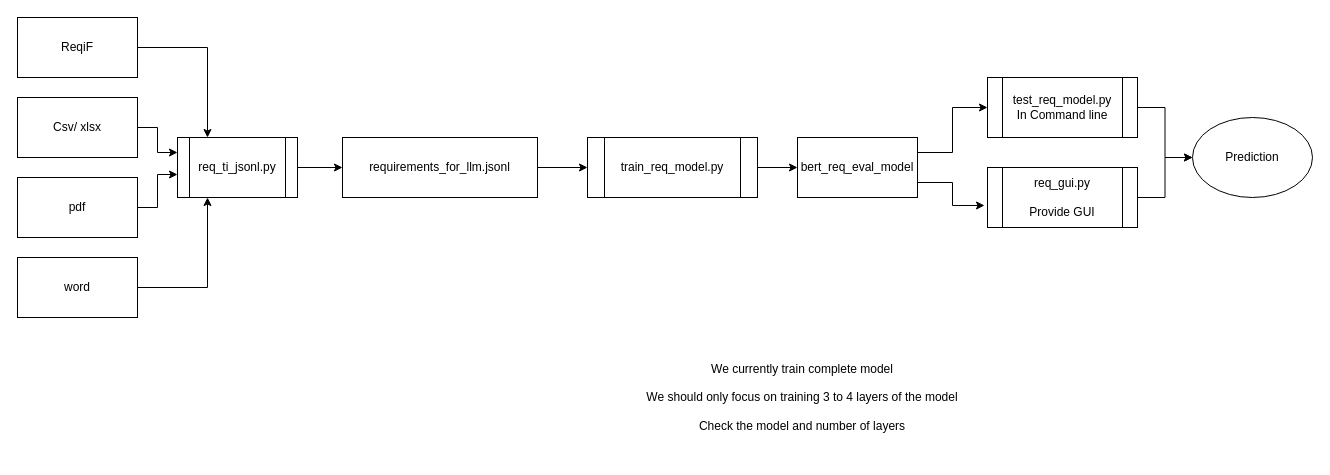
This is Concept_Flow.drawio from Devloper3005/30_AI_requirements, a draw.io file, before an edit. Source tidied: cells renumbered, new cells numbered last; positions are measured from the earlier drawing's top-left corner, leaving out a move shared by most shapes. Both pictures are drawn from the tidied source at 100%, with x=0, y=0 at pixel (17, 17).
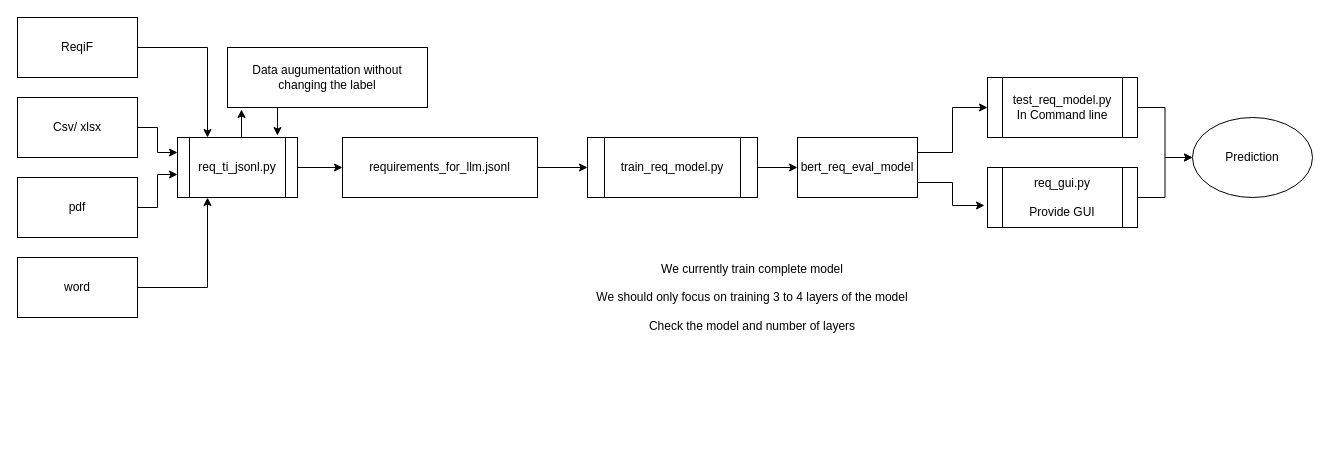
The same page after the edit.

Commit message:
Concept overview of the tool

Unchanged cells that the change refers to:
```xml
<mxCell id="10" value="req_ti_jsonl.py" style="shape=process;whiteSpace=wrap;html=1;backgroundOutline=1;" parent="1" vertex="1">
  <mxGeometry x="160" y="120" width="120" height="60" as="geometry" />
</mxCell>
```

Diff of the diagram source:
```diff
@@
     <mxCell id="24" value="We currently train complete model&lt;div&gt;&lt;br&gt;&lt;/div&gt;&lt;div&gt;We should only focus on training 3 to 4 layers of the model&lt;/div&gt;&lt;div&gt;&lt;br&gt;&lt;/div&gt;&lt;div&gt;Check the model and number of layers&lt;/div&gt;" style="text;html=1;align=center;verticalAlign=middle;whiteSpace=wrap;rounded=0;" parent="1" vertex="1">
-      <mxGeometry x="620" y="320" width="330" height="120" as="geometry" />
+      <mxGeometry x="570" y="220" width="330" height="120" as="geometry" />
     </mxCell>
+    <mxCell id="25" value="Data augumentation without changing the label" style="rounded=0;whiteSpace=wrap;html=1;" parent="1" vertex="1">
+      <mxGeometry x="210" y="30" width="200" height="60" as="geometry" />
+    </mxCell>
+    <mxCell id="26" style="edgeStyle=orthogonalEdgeStyle;rounded=0;jettySize=auto;html=1;exitX=0.5;exitY=0;exitDx=0;exitDy=0;entryX=0.07;entryY=1.033;entryDx=0;entryDy=0;entryPerimeter=0;" parent="1" edge="1" source="10" target="25">
+      <mxGeometry relative="1" as="geometry" />
+    </mxCell>
+    <mxCell id="27" style="edgeStyle=orthogonalEdgeStyle;rounded=0;jettySize=auto;html=1;exitX=0.25;exitY=1;exitDx=0;exitDy=0;entryX=0.833;entryY=-0.033;entryDx=0;entryDy=0;entryPerimeter=0;" parent="1" edge="1" source="25" target="10">
+      <mxGeometry relative="1" as="geometry" />
+    </mxCell>
```
